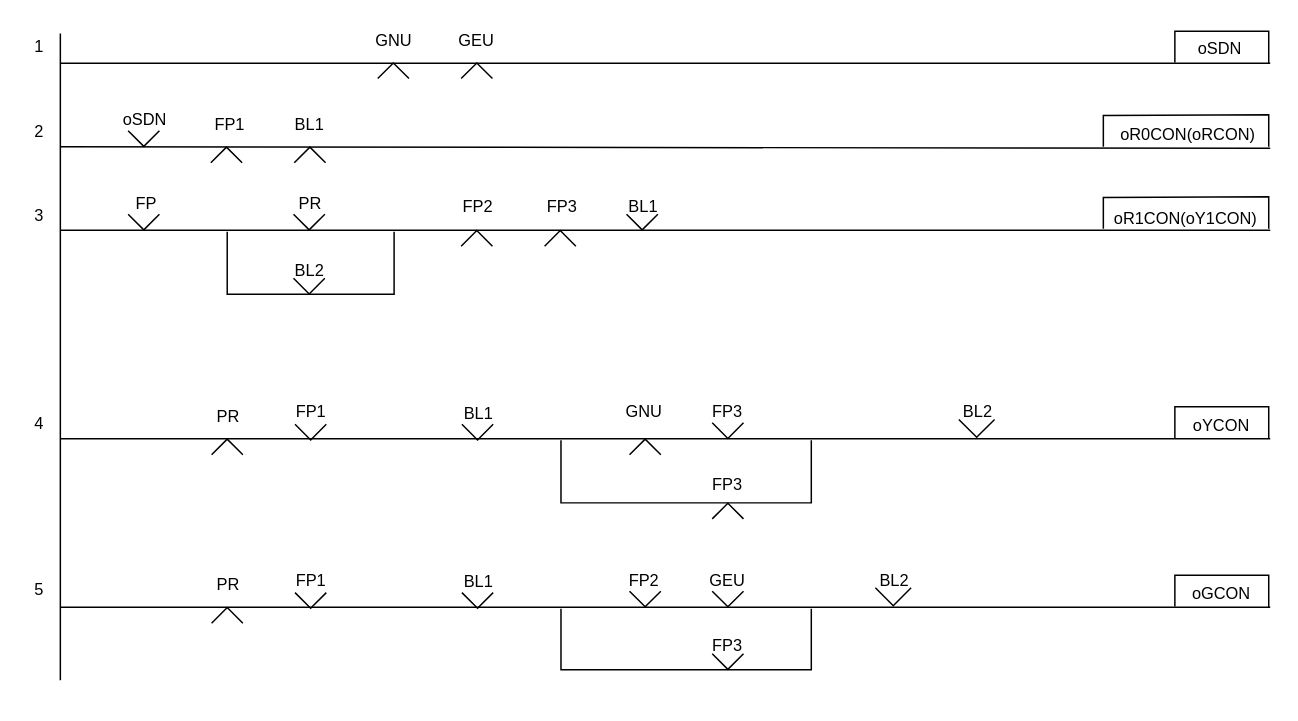
chillin2/MyDraw.io keeps this draw.io diagram as page "2신호현시로직(최종)" (2 of 5) of Signal/2Display-Signal-Control-Logic.drawio. Above is the earlier version. Source tidied: cells renumbered, new cells numbered last; positions are measured from the earlier drawing's top-left corner, leaving out a move shared by most shapes. Both pictures are drawn from the tidied source at 149%, with x=0, y=0 at pixel (25, 25).
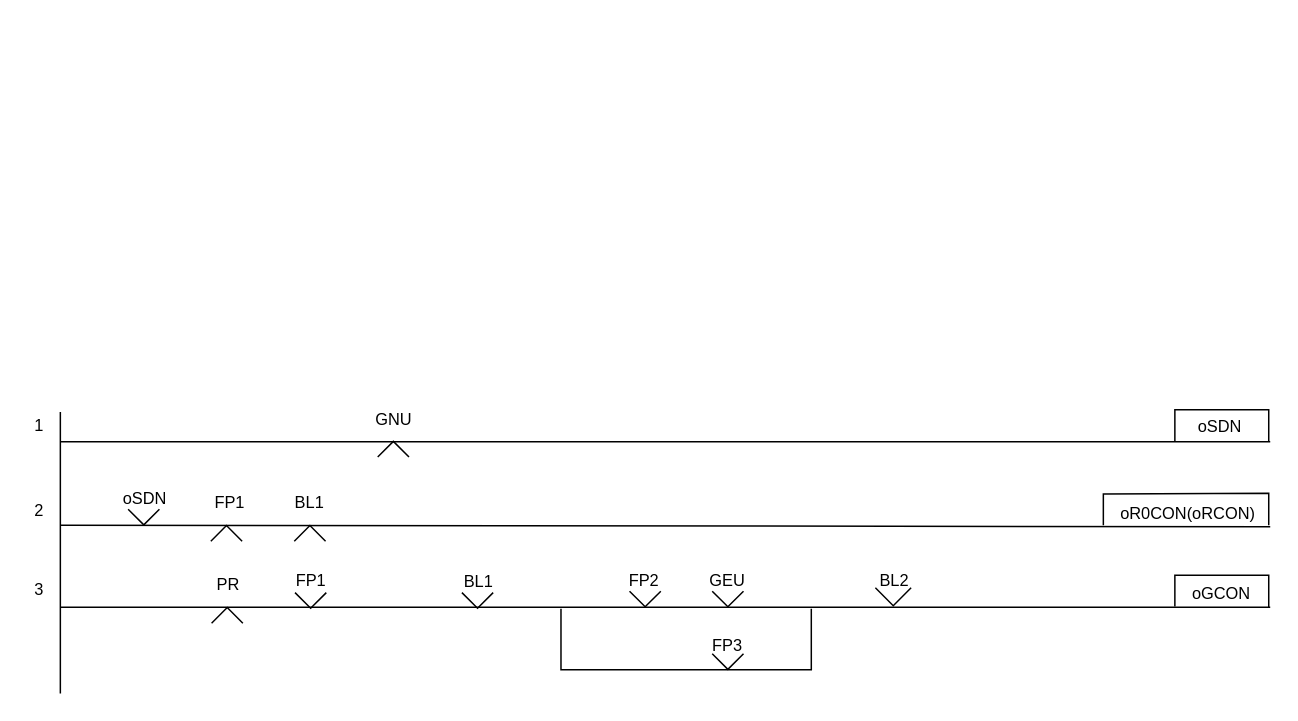
After the change.

What changed in the source:
```diff
@@
     <mxCell id="2" style="endArrow=none;html=1;rounded=0;" parent="1" edge="1">
       <mxGeometry relative="1" as="geometry">
-        <mxPoint x="23" y="25" as="sourcePoint" />
-        <mxPoint x="835" y="25" as="targetPoint" />
+        <mxPoint x="23" y="279" as="sourcePoint" />
+        <mxPoint x="835" y="279" as="targetPoint" />
       </mxGeometry>
     </mxCell>
     <mxCell id="3" style="endArrow=none;html=1;rounded=0;" parent="1" edge="1">
       <mxGeometry relative="1" as="geometry">
-        <mxPoint x="23" y="439" as="sourcePoint" />
-        <mxPoint x="23" y="5" as="targetPoint" />
+        <mxPoint x="23" y="448" as="sourcePoint" />
+        <mxPoint x="23" y="259" as="targetPoint" />
       </mxGeometry>
     </mxCell>
     <mxCell id="4" value="GNU" style="text;html=1;strokeColor=none;fillColor=none;align=center;verticalAlign=middle;whiteSpace=wrap;rounded=0;fontFamily=Helvetica;fontSize=11;fontColor=default;" parent="1" vertex="1">
-      <mxGeometry x="227" width="40" height="20" as="geometry" />
+      <mxGeometry x="227" y="254" width="40" height="20" as="geometry" />
     </mxCell>
-    <mxCell id="5" value="GEU" style="text;html=1;strokeColor=none;fillColor=none;align=center;verticalAlign=middle;whiteSpace=wrap;rounded=0;fontFamily=Helvetica;fontSize=11;fontColor=default;" parent="1" vertex="1">
-      <mxGeometry x="279" width="47" height="20" as="geometry" />
-    </mxCell>
     <mxCell id="6" value="oSDN" style="text;html=1;strokeColor=none;fillColor=none;align=center;verticalAlign=middle;whiteSpace=wrap;rounded=0;fontFamily=Helvetica;fontSize=11;fontColor=default;" parent="1" vertex="1">
-      <mxGeometry x="778" y="5" width="47" height="20" as="geometry" />
+      <mxGeometry x="778" y="259" width="47" height="20" as="geometry" />
     </mxCell>
     <mxCell id="7" style="endArrow=none;html=1;rounded=0;" parent="1" edge="1">
       <mxGeometry relative="1" as="geometry">
-        <mxPoint x="23" y="81" as="sourcePoint" />
-        <mxPoint x="835" y="82" as="targetPoint" />
+        <mxPoint x="23" y="335" as="sourcePoint" />
+        <mxPoint x="835" y="336" as="targetPoint" />
       </mxGeometry>
     </mxCell>
     <mxCell id="8" value="oSDN" style="text;html=1;strokeColor=none;fillColor=none;align=center;verticalAlign=middle;whiteSpace=wrap;rounded=0;fontFamily=Helvetica;fontSize=11;fontColor=default;" parent="1" vertex="1">
-      <mxGeometry x="60" y="56" width="40" height="14" as="geometry" />
+      <mxGeometry x="60" y="310" width="40" height="14" as="geometry" />
     </mxCell>
     <mxCell id="9" value="&amp;nbsp;oR0CON(oRCON)" style="text;html=1;strokeColor=none;fillColor=none;align=center;verticalAlign=middle;whiteSpace=wrap;rounded=0;fontFamily=Helvetica;fontSize=11;fontColor=default;" parent="1" vertex="1">
-      <mxGeometry x="730" y="68" width="97" height="10" as="geometry" />
+      <mxGeometry x="730" y="322" width="97" height="10" as="geometry" />
     </mxCell>
-    <mxCell id="10" style="endArrow=none;html=1;rounded=0;" parent="1" edge="1">
-      <mxGeometry relative="1" as="geometry">
-        <mxPoint x="23" y="137" as="sourcePoint" />
-        <mxPoint x="835" y="137" as="targetPoint" />
-      </mxGeometry>
-    </mxCell>
-    <mxCell id="11" value="FP" style="text;html=1;strokeColor=none;fillColor=none;align=center;verticalAlign=middle;whiteSpace=wrap;rounded=0;fontFamily=Helvetica;fontSize=11;fontColor=default;" parent="1" vertex="1">
-      <mxGeometry x="61" y="111" width="40" height="15" as="geometry" />
-    </mxCell>
-    <mxCell id="12" value="PR" style="text;html=1;strokeColor=none;fillColor=none;align=center;verticalAlign=middle;whiteSpace=wrap;rounded=0;fontFamily=Helvetica;fontSize=11;fontColor=default;" parent="1" vertex="1">
-      <mxGeometry x="171" y="112" width="40" height="14" as="geometry" />
-    </mxCell>
-    <mxCell id="13" value="FP2" style="text;html=1;strokeColor=none;fillColor=none;align=center;verticalAlign=middle;whiteSpace=wrap;rounded=0;fontFamily=Helvetica;fontSize=11;fontColor=default;" parent="1" vertex="1">
-      <mxGeometry x="284" y="113" width="39" height="15" as="geometry" />
-    </mxCell>
-    <mxCell id="14" value="oR1CON(oY1CON)" style="text;html=1;strokeColor=none;fillColor=none;align=center;verticalAlign=middle;whiteSpace=wrap;rounded=0;fontFamily=Helvetica;fontSize=11;fontColor=default;" parent="1" vertex="1">
-      <mxGeometry x="730" y="122" width="97" height="13" as="geometry" />
-    </mxCell>
-    <mxCell id="15" style="endArrow=none;html=1;rounded=0;" parent="1" edge="1">
-      <mxGeometry relative="1" as="geometry">
-        <mxPoint x="135" y="138" as="sourcePoint" />
-        <mxPoint x="247" y="138" as="targetPoint" />
-        <Array as="points">
-          <mxPoint x="135" y="180" />
-          <mxPoint x="247" y="180" />
-        </Array>
-      </mxGeometry>
-    </mxCell>
-    <mxCell id="16" value="BL2" style="text;html=1;strokeColor=none;fillColor=none;align=center;verticalAlign=middle;whiteSpace=wrap;rounded=0;fontFamily=Helvetica;fontSize=11;fontColor=default;" parent="1" vertex="1">
-      <mxGeometry x="167" y="158" width="47" height="11" as="geometry" />
-    </mxCell>
-    <mxCell id="17" style="endArrow=none;html=1;rounded=0;" parent="1" edge="1">
-      <mxGeometry relative="1" as="geometry">
-        <mxPoint x="23" y="277" as="sourcePoint" />
-        <mxPoint x="835" y="277" as="targetPoint" />
-      </mxGeometry>
-    </mxCell>
-    <mxCell id="18" value="&lt;font style=&quot;font-size: 11px;&quot;&gt;PR&lt;/font&gt;" style="text;html=1;strokeColor=none;fillColor=none;align=center;verticalAlign=middle;whiteSpace=wrap;rounded=0;fontFamily=Helvetica;fontSize=11;fontColor=default;" parent="1" vertex="1">
-      <mxGeometry x="116" y="252" width="40" height="20" as="geometry" />
-    </mxCell>
-    <mxCell id="19" value="oYCON" style="text;html=1;strokeColor=none;fillColor=none;align=center;verticalAlign=middle;whiteSpace=wrap;rounded=0;fontFamily=Helvetica;fontSize=11;fontColor=default;" parent="1" vertex="1">
-      <mxGeometry x="779" y="258" width="47" height="20" as="geometry" />
-    </mxCell>
     <mxCell id="20" value="1" style="text;html=1;strokeColor=none;fillColor=none;align=center;verticalAlign=middle;whiteSpace=wrap;rounded=0;fontFamily=Helvetica;fontSize=11;fontColor=default;" parent="1" vertex="1">
-      <mxGeometry y="6" width="18" height="16" as="geometry" />
+      <mxGeometry y="260" width="18" height="16" as="geometry" />
     </mxCell>
-    <mxCell id="21" value="FP3" style="text;html=1;strokeColor=none;fillColor=none;align=center;verticalAlign=middle;whiteSpace=wrap;rounded=0;fontFamily=Helvetica;fontSize=11;fontColor=default;" parent="1" vertex="1">
-      <mxGeometry x="341" y="113" width="38" height="15" as="geometry" />
-    </mxCell>
-    <mxCell id="22" value="BL1" style="text;html=1;strokeColor=none;fillColor=none;align=center;verticalAlign=middle;whiteSpace=wrap;rounded=0;fontFamily=Helvetica;fontSize=11;fontColor=default;" parent="1" vertex="1">
-      <mxGeometry x="396" y="113" width="37" height="15" as="geometry" />
-    </mxCell>
-    <mxCell id="23" value="&lt;font style=&quot;font-size: 11px;&quot;&gt;FP1&lt;/font&gt;" style="text;html=1;strokeColor=none;fillColor=none;align=center;verticalAlign=middle;whiteSpace=wrap;rounded=0;fontFamily=Helvetica;fontSize=11;fontColor=default;" parent="1" vertex="1">
-      <mxGeometry x="175" y="252" width="33" height="13" as="geometry" />
-    </mxCell>
-    <mxCell id="24" value="BL1" style="text;html=1;strokeColor=none;fillColor=none;align=center;verticalAlign=middle;whiteSpace=wrap;rounded=0;fontFamily=Helvetica;fontSize=11;fontColor=default;" parent="1" vertex="1">
-      <mxGeometry x="284" y="250" width="40" height="20" as="geometry" />
-    </mxCell>
-    <mxCell id="25" value="GNU" style="text;html=1;strokeColor=none;fillColor=none;align=center;verticalAlign=middle;whiteSpace=wrap;rounded=0;fontFamily=Helvetica;fontSize=11;fontColor=default;" parent="1" vertex="1">
-      <mxGeometry x="395" y="249" width="40" height="20" as="geometry" />
-    </mxCell>
-    <mxCell id="26" value="FP3" style="text;html=1;strokeColor=none;fillColor=none;align=center;verticalAlign=middle;whiteSpace=wrap;rounded=0;fontFamily=Helvetica;fontSize=11;fontColor=default;" parent="1" vertex="1">
-      <mxGeometry x="451" y="249" width="40" height="20" as="geometry" />
-    </mxCell>
-    <mxCell id="27" style="endArrow=none;html=1;rounded=0;" parent="1" edge="1">
-      <mxGeometry relative="1" as="geometry">
-        <mxPoint x="359" y="278" as="sourcePoint" />
-        <mxPoint x="527" y="278" as="targetPoint" />
-        <Array as="points">
-          <mxPoint x="359" y="320" />
-          <mxPoint x="527" y="320" />
-        </Array>
-      </mxGeometry>
-    </mxCell>
-    <mxCell id="28" value="BL2" style="text;html=1;strokeColor=none;fillColor=none;align=center;verticalAlign=middle;whiteSpace=wrap;rounded=0;fontFamily=Helvetica;fontSize=11;fontColor=default;" parent="1" vertex="1">
-      <mxGeometry x="619" y="249" width="40" height="20" as="geometry" />
-    </mxCell>
-    <mxCell id="29" style="verticalLabelPosition=bottom;html=1;verticalAlign=top;align=center;shape=mxgraph.floorplan.windowBow;strokeWidth=1;direction=east;" parent="1" vertex="1">
-      <mxGeometry x="626" y="246" width="24" height="48" as="geometry" />
-    </mxCell>
-    <mxCell id="30" value="FP3" style="text;html=1;strokeColor=none;fillColor=none;align=center;verticalAlign=middle;whiteSpace=wrap;rounded=0;fontFamily=Helvetica;fontSize=11;fontColor=default;" parent="1" vertex="1">
-      <mxGeometry x="451" y="298" width="40" height="20" as="geometry" />
-    </mxCell>
-    <mxCell id="31" style="verticalLabelPosition=bottom;html=1;verticalAlign=top;align=center;shape=mxgraph.floorplan.windowBow;strokeWidth=1;fontSize=11;" parent="1" vertex="1">
-      <mxGeometry x="180.5" y="267" width="21" height="11" as="geometry" />
-    </mxCell>
-    <mxCell id="32" style="verticalLabelPosition=bottom;html=1;verticalAlign=top;align=center;shape=mxgraph.floorplan.windowBow;strokeWidth=1;fontSize=11;" parent="1" vertex="1">
-      <mxGeometry x="292.5" y="267" width="21" height="11" as="geometry" />
-    </mxCell>
-    <mxCell id="33" style="verticalLabelPosition=bottom;html=1;verticalAlign=top;align=center;shape=mxgraph.floorplan.windowBow;strokeWidth=1;fontSize=11;direction=west;" parent="1" vertex="1">
-      <mxGeometry x="124.5" y="277" width="21" height="11" as="geometry" />
-    </mxCell>
-    <mxCell id="34" style="verticalLabelPosition=bottom;html=1;verticalAlign=top;align=center;shape=mxgraph.floorplan.windowBow;strokeWidth=1;fontSize=11;direction=west;" parent="1" vertex="1">
-      <mxGeometry x="405" y="277" width="21" height="11" as="geometry" />
-    </mxCell>
-    <mxCell id="35" style="verticalLabelPosition=bottom;html=1;verticalAlign=top;align=center;shape=mxgraph.floorplan.windowBow;strokeWidth=1;fontSize=11;" parent="1" vertex="1">
-      <mxGeometry x="460.5" y="266" width="21" height="11" as="geometry" />
-    </mxCell>
-    <mxCell id="36" style="verticalLabelPosition=bottom;html=1;verticalAlign=top;align=center;shape=mxgraph.floorplan.windowBow;strokeWidth=1;fontSize=11;direction=west;" parent="1" vertex="1">
-      <mxGeometry x="460.5" y="320" width="21" height="11" as="geometry" />
-    </mxCell>
     <mxCell id="37" style="endArrow=none;html=1;rounded=0;labelBackgroundColor=default;fontFamily=Helvetica;fontSize=11;fontColor=default;startSize=3;endSize=3;sourcePerimeterSpacing=0;strokeColor=default;shape=connector;jumpStyle=none;jumpSize=6;" parent="1" edge="1">
       <mxGeometry relative="1" as="geometry">
-        <mxPoint x="771" y="24.5" as="sourcePoint" />
-        <mxPoint x="834" y="25" as="targetPoint" />
+        <mxPoint x="771" y="278.5" as="sourcePoint" />
+        <mxPoint x="834" y="279" as="targetPoint" />
         <Array as="points">
-          <mxPoint x="771" y="3.5" />
-          <mxPoint x="834" y="3.5" />
+          <mxPoint x="771" y="257.5" />
+          <mxPoint x="834" y="257.5" />
         </Array>
       </mxGeometry>
     </mxCell>
-    <mxCell id="38" style="endArrow=none;html=1;rounded=0;labelBackgroundColor=default;fontFamily=Helvetica;fontSize=11;fontColor=default;startSize=3;endSize=3;sourcePerimeterSpacing=0;strokeColor=default;shape=connector;jumpStyle=none;jumpSize=6;" parent="1" edge="1">
-      <mxGeometry relative="1" as="geometry">
-        <mxPoint x="771" y="276.5" as="sourcePoint" />
-        <mxPoint x="834" y="277" as="targetPoint" />
-        <Array as="points">
-          <mxPoint x="771" y="255.5" />
-          <mxPoint x="834" y="255.5" />
-        </Array>
-      </mxGeometry>
-    </mxCell>
     <mxCell id="39" style="verticalLabelPosition=bottom;html=1;verticalAlign=top;align=center;shape=mxgraph.floorplan.windowBow;strokeWidth=1;fontSize=11;direction=west;" parent="1" vertex="1">
-      <mxGeometry x="236" y="24.5" width="21" height="11" as="geometry" />
+      <mxGeometry x="236" y="278.5" width="21" height="11" as="geometry" />
     </mxCell>
-    <mxCell id="40" style="verticalLabelPosition=bottom;html=1;verticalAlign=top;align=center;shape=mxgraph.floorplan.windowBow;strokeWidth=1;fontSize=11;direction=west;" parent="1" vertex="1">
-      <mxGeometry x="292" y="24.5" width="21" height="11" as="geometry" />
-    </mxCell>
     <mxCell id="41" style="endArrow=none;html=1;rounded=0;labelBackgroundColor=default;fontFamily=Helvetica;fontSize=11;fontColor=default;startSize=3;endSize=3;sourcePerimeterSpacing=0;strokeColor=default;shape=connector;jumpStyle=none;jumpSize=6;" parent="1" edge="1">
       <mxGeometry relative="1" as="geometry">
-        <mxPoint x="723" y="81" as="sourcePoint" />
-        <mxPoint x="834" y="81" as="targetPoint" />
+        <mxPoint x="723" y="335" as="sourcePoint" />
+        <mxPoint x="834" y="335" as="targetPoint" />
         <Array as="points">
-          <mxPoint x="723" y="60" />
-          <mxPoint x="834" y="59.5" />
+          <mxPoint x="723" y="314" />
+          <mxPoint x="834" y="313.5" />
         </Array>
       </mxGeometry>
     </mxCell>
     <mxCell id="42" style="verticalLabelPosition=bottom;html=1;verticalAlign=top;align=center;shape=mxgraph.floorplan.windowBow;strokeWidth=1;fontSize=11;" parent="1" vertex="1">
-      <mxGeometry x="68.5" y="70" width="21" height="11" as="geometry" />
+      <mxGeometry x="68.5" y="324" width="21" height="11" as="geometry" />
     </mxCell>
-    <mxCell id="43" style="verticalLabelPosition=bottom;html=1;verticalAlign=top;align=center;shape=mxgraph.floorplan.windowBow;strokeWidth=1;fontSize=11;" parent="1" vertex="1">
-      <mxGeometry x="68.5" y="126" width="21" height="11" as="geometry" />
-    </mxCell>
-    <mxCell id="44" style="verticalLabelPosition=bottom;html=1;verticalAlign=top;align=center;shape=mxgraph.floorplan.windowBow;strokeWidth=1;fontSize=11;" parent="1" vertex="1">
-      <mxGeometry x="179.5" y="126" width="21" height="11" as="geometry" />
-    </mxCell>
-    <mxCell id="45" style="verticalLabelPosition=bottom;html=1;verticalAlign=top;align=center;shape=mxgraph.floorplan.windowBow;strokeWidth=1;fontSize=11;" parent="1" vertex="1">
-      <mxGeometry x="179.5" y="169" width="21" height="11" as="geometry" />
-    </mxCell>
-    <mxCell id="46" style="verticalLabelPosition=bottom;html=1;verticalAlign=top;align=center;shape=mxgraph.floorplan.windowBow;strokeWidth=1;fontSize=11;direction=west;" parent="1" vertex="1">
-      <mxGeometry x="292" y="137" width="21" height="11" as="geometry" />
-    </mxCell>
-    <mxCell id="47" style="verticalLabelPosition=bottom;html=1;verticalAlign=top;align=center;shape=mxgraph.floorplan.windowBow;strokeWidth=1;fontSize=11;direction=west;" parent="1" vertex="1">
-      <mxGeometry x="348" y="137" width="21" height="11" as="geometry" />
-    </mxCell>
-    <mxCell id="48" style="verticalLabelPosition=bottom;html=1;verticalAlign=top;align=center;shape=mxgraph.floorplan.windowBow;strokeWidth=1;fontSize=11;direction=east;" parent="1" vertex="1">
-      <mxGeometry x="403" y="126" width="21" height="11" as="geometry" />
-    </mxCell>
@@
     <mxCell id="67" value="2" style="text;html=1;strokeColor=none;fillColor=none;align=center;verticalAlign=middle;whiteSpace=wrap;rounded=0;fontFamily=Helvetica;fontSize=11;fontColor=default;" parent="1" vertex="1">
-      <mxGeometry y="63" width="18" height="16" as="geometry" />
+      <mxGeometry y="317" width="18" height="16" as="geometry" />
     </mxCell>
-    <mxCell id="68" value="3" style="text;html=1;strokeColor=none;fillColor=none;align=center;verticalAlign=middle;whiteSpace=wrap;rounded=0;fontFamily=Helvetica;fontSize=11;fontColor=default;" parent="1" vertex="1">
-      <mxGeometry y="119" width="18" height="16" as="geometry" />
-    </mxCell>
-    <mxCell id="69" value="4" style="text;html=1;strokeColor=none;fillColor=none;align=center;verticalAlign=middle;whiteSpace=wrap;rounded=0;fontFamily=Helvetica;fontSize=11;fontColor=default;" parent="1" vertex="1">
-      <mxGeometry y="259" width="18" height="16" as="geometry" />
-    </mxCell>
-    <mxCell id="70" value="5" style="text;html=1;strokeColor=none;fillColor=none;align=center;verticalAlign=middle;whiteSpace=wrap;rounded=0;fontFamily=Helvetica;fontSize=11;fontColor=default;" parent="1" vertex="1">
+    <mxCell id="70" value="3" style="text;html=1;strokeColor=none;fillColor=none;align=center;verticalAlign=middle;whiteSpace=wrap;rounded=0;fontFamily=Helvetica;fontSize=11;fontColor=default;" parent="1" vertex="1">
       <mxGeometry y="370" width="18" height="16" as="geometry" />
     </mxCell>
     <mxCell id="71" value="FP1" style="text;html=1;strokeColor=none;fillColor=none;align=center;verticalAlign=middle;whiteSpace=wrap;rounded=0;fontFamily=Helvetica;fontSize=11;fontColor=default;" parent="1" vertex="1">
-      <mxGeometry x="117" y="60" width="40" height="12" as="geometry" />
+      <mxGeometry x="117" y="314" width="40" height="12" as="geometry" />
     </mxCell>
     <mxCell id="72" value="BL1" style="text;html=1;strokeColor=none;fillColor=none;align=center;verticalAlign=middle;whiteSpace=wrap;rounded=0;fontFamily=Helvetica;fontSize=11;fontColor=default;" parent="1" vertex="1">
-      <mxGeometry x="170" y="59" width="41" height="14" as="geometry" />
+      <mxGeometry x="170" y="313" width="41" height="14" as="geometry" />
     </mxCell>
     <mxCell id="73" style="verticalLabelPosition=bottom;html=1;verticalAlign=top;align=center;shape=mxgraph.floorplan.windowBow;strokeWidth=1;fontSize=11;direction=west;" parent="1" vertex="1">
-      <mxGeometry x="124" y="81" width="21" height="11" as="geometry" />
+      <mxGeometry x="124" y="335" width="21" height="11" as="geometry" />
     </mxCell>
     <mxCell id="74" style="verticalLabelPosition=bottom;html=1;verticalAlign=top;align=center;shape=mxgraph.floorplan.windowBow;strokeWidth=1;fontSize=11;direction=west;" parent="1" vertex="1">
-      <mxGeometry x="180" y="81" width="21" height="11" as="geometry" />
+      <mxGeometry x="180" y="335" width="21" height="11" as="geometry" />
     </mxCell>
-    <mxCell id="75" style="endArrow=none;html=1;rounded=0;labelBackgroundColor=default;fontFamily=Helvetica;fontSize=11;fontColor=default;startSize=3;endSize=3;sourcePerimeterSpacing=0;strokeColor=default;shape=connector;jumpStyle=none;jumpSize=6;" parent="1" edge="1">
-      <mxGeometry relative="1" as="geometry">
-        <mxPoint x="723" y="136" as="sourcePoint" />
-        <mxPoint x="834" y="136" as="targetPoint" />
-        <Array as="points">
-          <mxPoint x="723" y="115" />
-          <mxPoint x="834" y="114.5" />
-        </Array>
-      </mxGeometry>
-    </mxCell>
```
